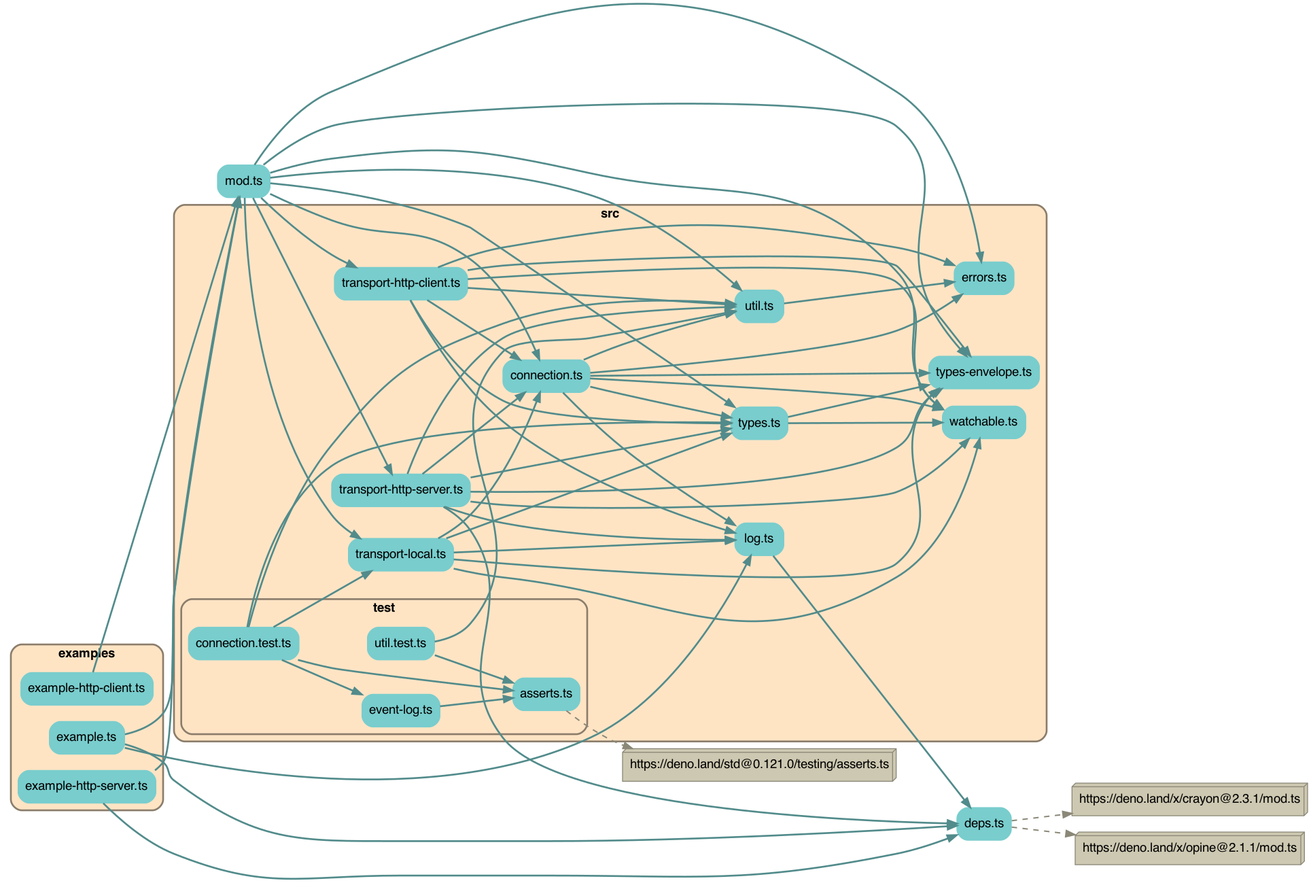
Before: depchart/depchart-full.png, a diagram exported from Graphviz (earthstar-project/earthstar-streaming-rpc). Its source is kept beside it as depchart/depchart-full.dot.
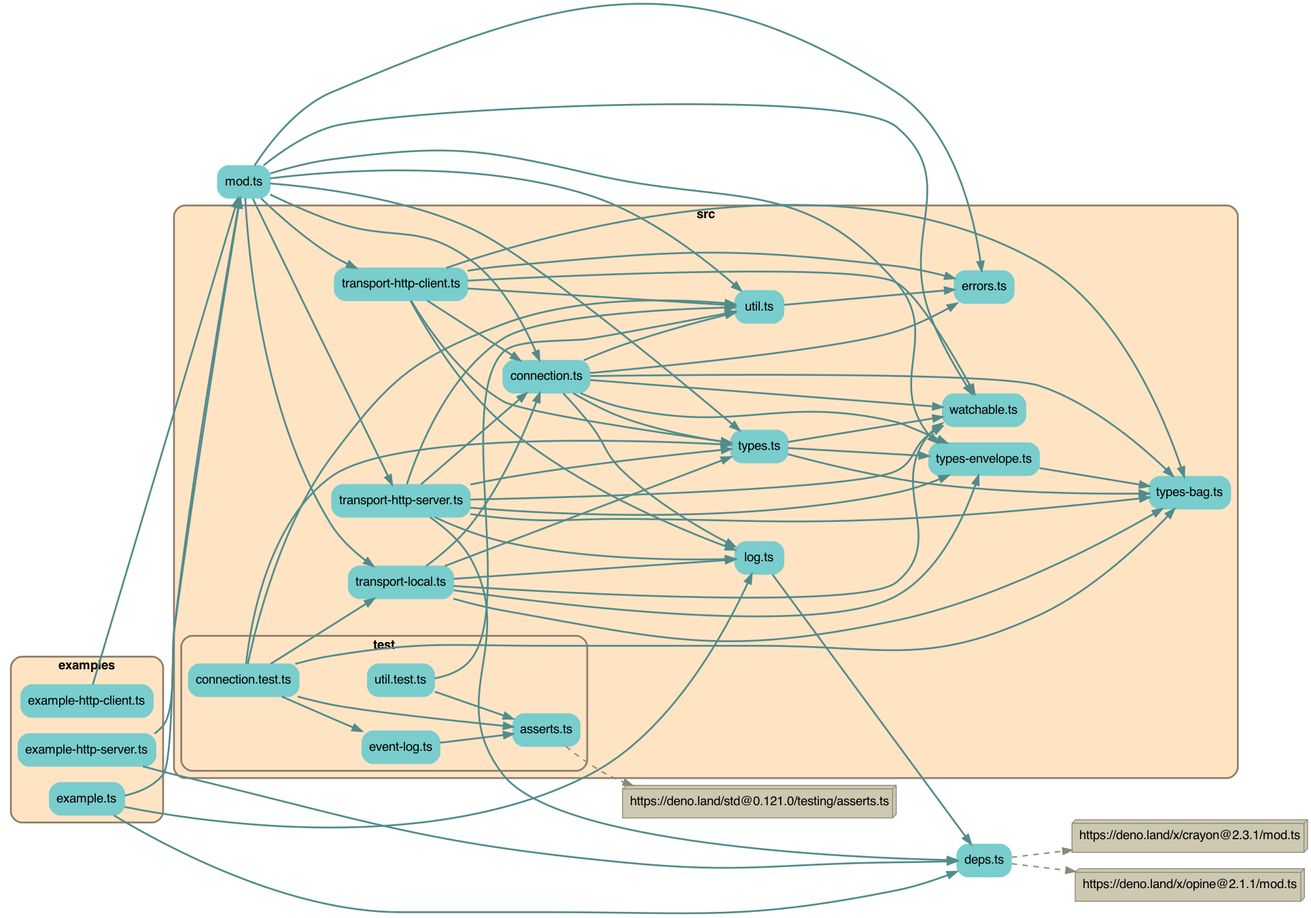
Later version of the same file.

Diff of the diagram source:
```diff
@@ -9,7 +9,7 @@
         "deps.ts" [label="deps.ts", shape=rectangle; style="rounded,filled"; color=darkslategray3];
         "mod.ts" [label="mod.ts", shape=rectangle; style="rounded,filled"; color=darkslategray3];
 
-        subgraph cluster816164315 {
+        subgraph cluster7963401700 {
             label=<<b>examples</b>>;
             style="rounded,filled";
             fillcolor=bisque;
@@ -21,7 +21,7 @@
             "examples/example.ts" [label="example.ts", shape=rectangle; style="rounded,filled"; color=darkslategray3];
         }
 
-        subgraph cluster8707387619 {
+        subgraph cluster7084021668 {
             label=<<b>src</b>>;
             style="rounded,filled";
             fillcolor=bisque;
@@ -34,12 +34,13 @@
             "src/transport-http-client.ts" [label="transport-http-client.ts", shape=rectangle; style="rounded,filled"; color=darkslategray3];
             "src/transport-http-server.ts" [label="transport-http-server.ts", shape=rectangle; style="rounded,filled"; color=darkslategray3];
             "src/transport-local.ts" [label="transport-local.ts", shape=rectangle; style="rounded,filled"; color=darkslategray3];
+            "src/types-bag.ts" [label="types-bag.ts", shape=rectangle; style="rounded,filled"; color=darkslategray3];
             "src/types-envelope.ts" [label="types-envelope.ts", shape=rectangle; style="rounded,filled"; color=darkslategray3];
             "src/types.ts" [label="types.ts", shape=rectangle; style="rounded,filled"; color=darkslategray3];
             "src/util.ts" [label="util.ts", shape=rectangle; style="rounded,filled"; color=darkslategray3];
             "src/watchable.ts" [label="watchable.ts", shape=rectangle; style="rounded,filled"; color=darkslategray3];
 
-            subgraph cluster2588540949 {
+            subgraph cluster1013305668 {
                 label=<<b>test</b>>;
                 style="rounded,filled";
                 fillcolor=bisque;
@@ -74,6 +75,7 @@
     "mod.ts" -> "src/watchable.ts" [penwidth=2; color=darkslategray4];
     "src/connection.ts" -> "src/errors.ts" [penwidth=2; color=darkslategray4];
     "src/connection.ts" -> "src/types.ts" [penwidth=2; color=darkslategray4];
+    "src/connection.ts" -> "src/types-bag.ts" [penwidth=2; color=darkslategray4];
     "src/connection.ts" -> "src/types-envelope.ts" [penwidth=2; color=darkslategray4];
     "src/connection.ts" -> "src/watchable.ts" [penwidth=2; color=darkslategray4];
     "src/connection.ts" -> "src/util.ts" [penwidth=2; color=darkslategray4];
@@ -81,19 +83,21 @@
     "src/log.ts" -> "deps.ts" [penwidth=2; color=darkslategray4];
     "src/test/connection.test.ts" -> "src/test/asserts.ts" [penwidth=2; color=darkslategray4];
     "src/test/connection.test.ts" -> "src/types.ts" [penwidth=2; color=darkslategray4];
+    "src/test/connection.test.ts" -> "src/types-bag.ts" [penwidth=2; color=darkslategray4];
     "src/test/connection.test.ts" -> "src/transport-local.ts" [penwidth=2; color=darkslategray4];
     "src/test/connection.test.ts" -> "src/util.ts" [penwidth=2; color=darkslategray4];
     "src/test/connection.test.ts" -> "src/test/event-log.ts" [penwidth=2; color=darkslategray4];
     "src/test/event-log.ts" -> "src/test/asserts.ts" [penwidth=2; color=darkslategray4];
     "src/test/util.test.ts" -> "src/test/asserts.ts" [penwidth=2; color=darkslategray4];
     "src/test/util.test.ts" -> "src/util.ts" [penwidth=2; color=darkslategray4];
+    "src/transport-http-client.ts" -> "src/types-bag.ts" [penwidth=2; color=darkslategray4];
     "src/transport-http-client.ts" -> "src/errors.ts" [penwidth=2; color=darkslategray4];
     "src/transport-http-client.ts" -> "src/types.ts" [penwidth=2; color=darkslategray4];
-    "src/transport-http-client.ts" -> "src/types-envelope.ts" [penwidth=2; color=darkslategray4];
     "src/transport-http-client.ts" -> "src/watchable.ts" [penwidth=2; color=darkslategray4];
     "src/transport-http-client.ts" -> "src/util.ts" [penwidth=2; color=darkslategray4];
     "src/transport-http-client.ts" -> "src/connection.ts" [penwidth=2; color=darkslategray4];
     "src/transport-http-client.ts" -> "src/log.ts" [penwidth=2; color=darkslategray4];
+    "src/transport-http-server.ts" -> "src/types-bag.ts" [penwidth=2; color=darkslategray4];
     "src/transport-http-server.ts" -> "src/types.ts" [penwidth=2; color=darkslategray4];
     "src/transport-http-server.ts" -> "src/types-envelope.ts" [penwidth=2; color=darkslategray4];
     "src/transport-http-server.ts" -> "src/util.ts" [penwidth=2; color=darkslategray4];
@@ -101,12 +105,15 @@
     "src/transport-http-server.ts" -> "src/connection.ts" [penwidth=2; color=darkslategray4];
     "src/transport-http-server.ts" -> "src/log.ts" [penwidth=2; color=darkslategray4];
     "src/transport-http-server.ts" -> "deps.ts" [penwidth=2; color=darkslategray4];
+    "src/transport-local.ts" -> "src/types-bag.ts" [penwidth=2; color=darkslategray4];
     "src/transport-local.ts" -> "src/types.ts" [penwidth=2; color=darkslategray4];
     "src/transport-local.ts" -> "src/types-envelope.ts" [penwidth=2; color=darkslategray4];
     "src/transport-local.ts" -> "src/watchable.ts" [penwidth=2; color=darkslategray4];
     "src/transport-local.ts" -> "src/connection.ts" [penwidth=2; color=darkslategray4];
     "src/transport-local.ts" -> "src/log.ts" [penwidth=2; color=darkslategray4];
+    "src/types-envelope.ts" -> "src/types-bag.ts" [penwidth=2; color=darkslategray4];
     "src/types.ts" -> "src/types-envelope.ts" [penwidth=2; color=darkslategray4];
+    "src/types.ts" -> "src/types-bag.ts" [penwidth=2; color=darkslategray4];
     "src/types.ts" -> "src/watchable.ts" [penwidth=2; color=darkslategray4];
     "src/util.ts" -> "src/errors.ts" [penwidth=2; color=darkslategray4];
 
```
